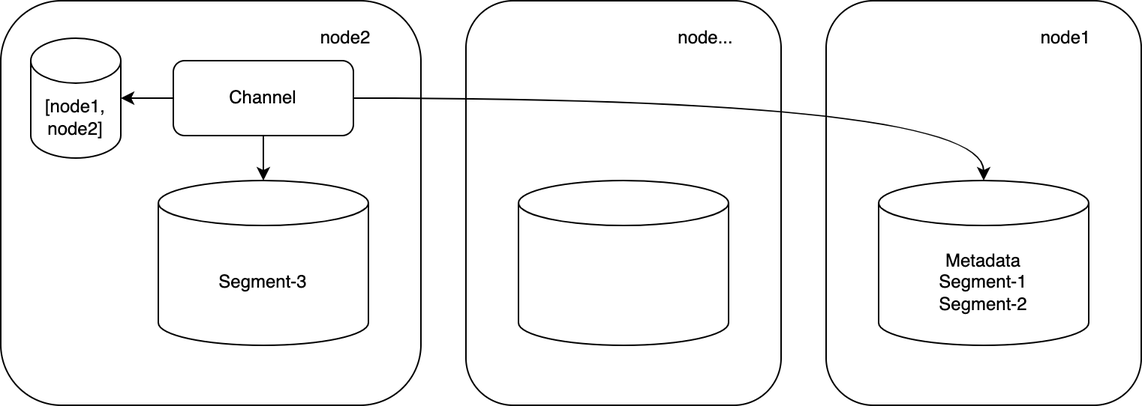
The draw.io diagram images/assemble-2.png in savonarola/emqx-file-transfer, before a commit. Source tidied: cells renumbered, new cells last; positions are measured from the earlier drawing's top-left corner, leaving out a move shared by most shapes. The source it was exported from:
```xml
<mxGraphModel>
  <root>
    <mxCell id="0" />
    <mxCell id="1" parent="0" />
    <mxCell id="2" style="rounded=1;whiteSpace=wrap;html=1;" parent="1" vertex="1">
      <mxGeometry x="310" width="210" height="270" as="geometry" />
    </mxCell>
    <mxCell id="3" style="shape=cylinder3;whiteSpace=wrap;html=1;boundedLbl=1;backgroundOutline=1;size=15;" parent="1" vertex="1">
      <mxGeometry x="345" y="120" width="140" height="110" as="geometry" />
    </mxCell>
    <mxCell id="4" value="node..." style="text;html=1;strokeColor=none;fillColor=none;align=center;verticalAlign=middle;whiteSpace=wrap;rounded=0;fontColor=#000000;" parent="1" vertex="1">
      <mxGeometry x="440" y="10" width="60" height="30" as="geometry" />
    </mxCell>
    <mxCell id="5" style="rounded=1;whiteSpace=wrap;html=1;" parent="1" vertex="1">
      <mxGeometry width="280" height="270" as="geometry" />
    </mxCell>
    <mxCell id="6" style="edgeStyle=orthogonalEdgeStyle;curved=1;rounded=0;jettySize=auto;html=1;exitX=0.5;exitY=1;exitDx=0;exitDy=0;entryX=0.5;entryY=0;entryDx=0;entryDy=0;entryPerimeter=0;fontSize=30;fontColor=#000000;" parent="1" edge="1" source="8" target="9">
      <mxGeometry relative="1" as="geometry" />
    </mxCell>
    <mxCell id="7" style="edgeStyle=orthogonalEdgeStyle;curved=1;rounded=0;jettySize=auto;html=1;exitX=0;exitY=0.5;exitDx=0;exitDy=0;entryX=1;entryY=0.5;entryDx=0;entryDy=0;entryPerimeter=0;fontSize=12;fontColor=#000000;" parent="1" edge="1" source="8" target="15">
      <mxGeometry relative="1" as="geometry" />
    </mxCell>
    <mxCell id="8" value="Channel" style="rounded=1;whiteSpace=wrap;html=1;" parent="1" vertex="1">
      <mxGeometry x="115" y="40" width="120" height="50" as="geometry" />
    </mxCell>
    <mxCell id="9" value="Segment-3" style="shape=cylinder3;whiteSpace=wrap;html=1;boundedLbl=1;backgroundOutline=1;size=15;" parent="1" vertex="1">
      <mxGeometry x="105" y="120" width="140" height="110" as="geometry" />
    </mxCell>
    <mxCell id="10" value="node2" style="text;html=1;strokeColor=none;fillColor=none;align=center;verticalAlign=middle;whiteSpace=wrap;rounded=0;fontColor=#000000;" parent="1" vertex="1">
      <mxGeometry x="200" y="10" width="60" height="30" as="geometry" />
    </mxCell>
    <mxCell id="11" style="rounded=1;whiteSpace=wrap;html=1;" parent="1" vertex="1">
      <mxGeometry x="550" width="210" height="270" as="geometry" />
    </mxCell>
    <mxCell id="12" value="Metadata&lt;br style=&quot;border-color: var(--border-color);&quot;&gt;Segment-1&lt;br&gt;Segment-2" style="shape=cylinder3;whiteSpace=wrap;html=1;boundedLbl=1;backgroundOutline=1;size=15;" parent="1" vertex="1">
      <mxGeometry x="585" y="120" width="140" height="110" as="geometry" />
    </mxCell>
    <mxCell id="13" value="node1" style="text;html=1;strokeColor=none;fillColor=none;align=center;verticalAlign=middle;whiteSpace=wrap;rounded=0;fontColor=#000000;" parent="1" vertex="1">
      <mxGeometry x="680" y="10" width="60" height="30" as="geometry" />
    </mxCell>
    <mxCell id="14" style="edgeStyle=orthogonalEdgeStyle;curved=1;rounded=0;jettySize=auto;html=1;exitX=1;exitY=0.5;exitDx=0;exitDy=0;entryX=0.5;entryY=0;entryDx=0;entryDy=0;entryPerimeter=0;fontSize=30;fontColor=#000000;" parent="1" edge="1" source="8" target="12">
      <mxGeometry relative="1" as="geometry" />
    </mxCell>
    <mxCell id="15" value="[node1, node2]" style="shape=cylinder3;whiteSpace=wrap;html=1;boundedLbl=1;backgroundOutline=1;size=15;strokeColor=#000000;fontSize=12;fontColor=#000000;" parent="1" vertex="1">
      <mxGeometry x="20" y="25" width="60" height="80" as="geometry" />
    </mxCell>
  </root>
</mxGraphModel>
```
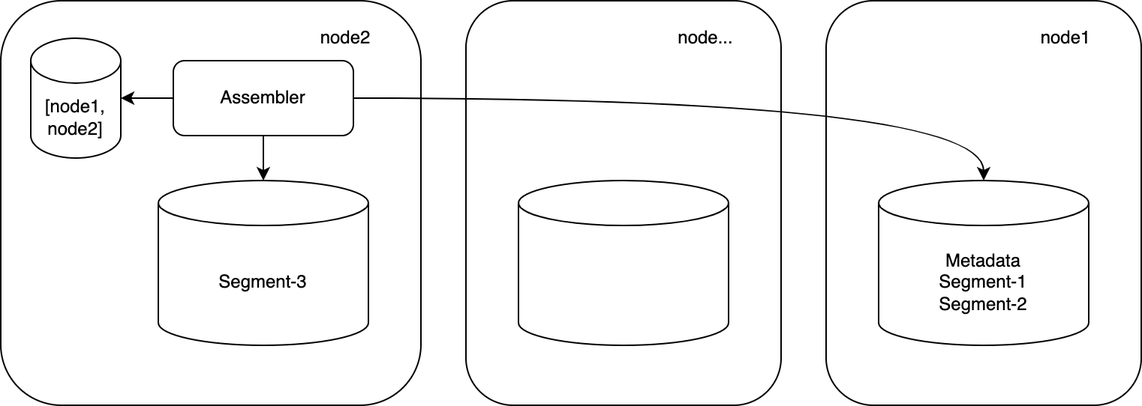
The same file after the commit.

The edit, as a diff of the source:
```diff
@@ -20,7 +20,7 @@
     <mxCell id="7" style="edgeStyle=orthogonalEdgeStyle;curved=1;rounded=0;jettySize=auto;html=1;exitX=0;exitY=0.5;exitDx=0;exitDy=0;entryX=1;entryY=0.5;entryDx=0;entryDy=0;entryPerimeter=0;fontSize=12;fontColor=#000000;" parent="1" edge="1" source="8" target="15">
       <mxGeometry relative="1" as="geometry" />
     </mxCell>
-    <mxCell id="8" value="Channel" style="rounded=1;whiteSpace=wrap;html=1;" parent="1" vertex="1">
+    <mxCell id="8" value="Assembler" style="rounded=1;whiteSpace=wrap;html=1;" parent="1" vertex="1">
       <mxGeometry x="115" y="40" width="120" height="50" as="geometry" />
     </mxCell>
     <mxCell id="9" value="Segment-3" style="shape=cylinder3;whiteSpace=wrap;html=1;boundedLbl=1;backgroundOutline=1;size=15;" parent="1" vertex="1">
```
